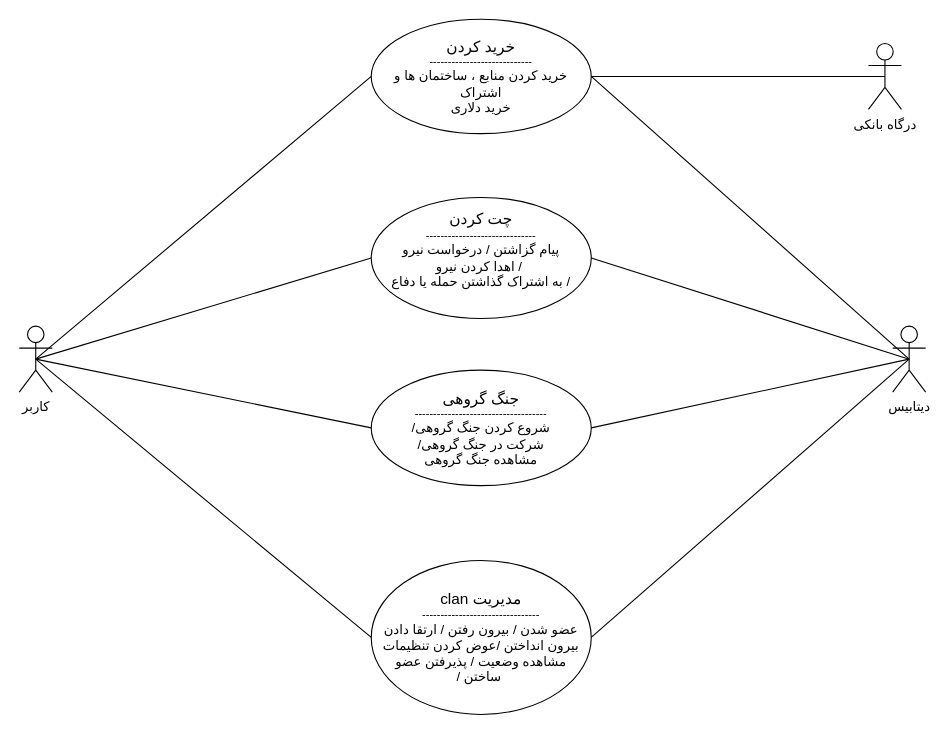
This is page "Page-3" (3 of 3) of Use case.drawio from nimamdd/clash-of-clans, a draw.io file, before an edit. Source tidied: cells renumbered, new cells numbered last; positions are measured from the earlier drawing's top-left corner, leaving out a move shared by most shapes. Both pictures are drawn from the tidied source at 110%, with x=0, y=0 at pixel (19, 19).
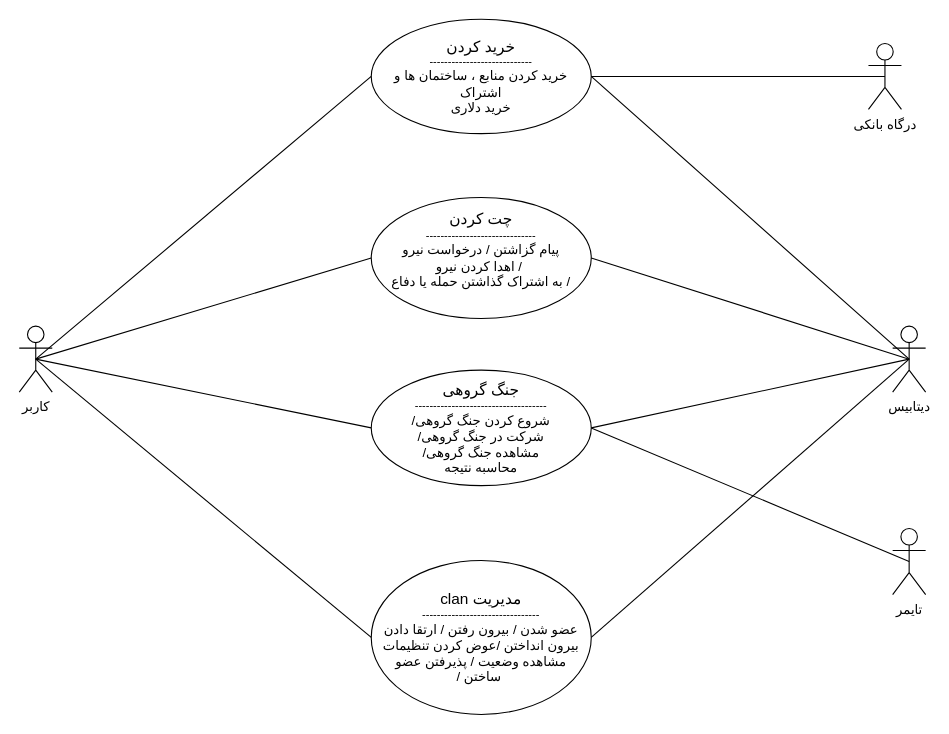
The same page after the edit.

The edit, as a diff of the source:
```diff
@@
 <mxGraphModel>
   <root>
     <mxCell id="0" />
     <mxCell id="1" parent="0" />
     <mxCell id="2" style="edgeStyle=none;curved=1;rounded=0;jettySize=auto;html=1;exitX=0.5;exitY=0.5;exitDx=0;exitDy=0;exitPerimeter=0;entryX=0;entryY=0.5;entryDx=0;entryDy=0;fontSize=12;startSize=8;endSize=8;endArrow=none;endFill=0;" parent="1" edge="1" source="3" target="16">
       <mxGeometry relative="1" as="geometry" />
     </mxCell>
     <mxCell id="3" value="کاربر" style="shape=umlActor;verticalLabelPosition=bottom;verticalAlign=top;html=1;" parent="1" vertex="1">
       <mxGeometry y="279" width="30" height="60" as="geometry" />
     </mxCell>
     <mxCell id="4" value="&lt;div&gt;&lt;span style=&quot;font-size: 14px;&quot;&gt;خرید کردن&lt;/span&gt;&lt;br&gt;&lt;/div&gt;&lt;div style=&quot;font-size: 10px;&quot;&gt;&lt;span style=&quot;&quot;&gt;----------------------------&lt;/span&gt;&lt;/div&gt;&lt;div&gt;&lt;font style=&quot;font-size: 12px;&quot;&gt;خرید کردن منابع ، ساختمان ها&lt;/font&gt;&amp;nbsp;و اشتراک&lt;/div&gt;&lt;div style=&quot;&quot;&gt;خرید دلاری&lt;/div&gt;" style="ellipse;whiteSpace=wrap;html=1;" parent="1" vertex="1">
       <mxGeometry x="320" width="200" height="104" as="geometry" />
     </mxCell>
     <mxCell id="5" style="edgeStyle=none;curved=1;rounded=0;jettySize=auto;html=1;exitX=0;exitY=0.5;exitDx=0;exitDy=0;fontSize=12;entryX=0.5;entryY=0.5;entryDx=0;entryDy=0;entryPerimeter=0;endArrow=none;endFill=0;" parent="1" edge="1" source="6" target="3">
       <mxGeometry relative="1" as="geometry" />
     </mxCell>
     <mxCell id="6" value="&lt;div&gt;&lt;span style=&quot;font-size: 14px;&quot;&gt;چت کردن&lt;/span&gt;&lt;br&gt;&lt;/div&gt;&lt;div style=&quot;font-size: 10px;&quot;&gt;&lt;span style=&quot;&quot;&gt;------------------------------&lt;/span&gt;&lt;/div&gt;&lt;div style=&quot;&quot;&gt;پیام گزاشتن / درخواست نیرو&lt;/div&gt;&lt;div style=&quot;&quot;&gt;اهدا کردن نیرو /&amp;nbsp;&lt;/div&gt;&lt;div style=&quot;&quot;&gt;به اشتراک گذاشتن حمله یا دفاع /&lt;/div&gt;&lt;div style=&quot;&quot;&gt;&lt;br&gt;&lt;/div&gt;" style="ellipse;whiteSpace=wrap;html=1;" parent="1" vertex="1">
       <mxGeometry x="320" y="162" width="200" height="110" as="geometry" />
     </mxCell>
     <mxCell id="7" value="دیتابیس" style="shape=umlActor;verticalLabelPosition=bottom;verticalAlign=top;html=1;" parent="1" vertex="1">
       <mxGeometry x="794" y="279" width="30" height="60" as="geometry" />
     </mxCell>
     <mxCell id="8" style="edgeStyle=none;curved=1;rounded=0;jettySize=auto;html=1;exitX=0;exitY=0.5;exitDx=0;exitDy=0;entryX=0.5;entryY=0.5;entryDx=0;entryDy=0;entryPerimeter=0;fontSize=12;startSize=8;endSize=8;endArrow=none;endFill=0;" parent="1" edge="1" source="4" target="3">
       <mxGeometry relative="1" as="geometry" />
     </mxCell>
     <mxCell id="9" value="&lt;font style=&quot;font-size: 14px;&quot;&gt;clan مدیریت&lt;/font&gt;&lt;div style=&quot;font-size: 10px;&quot;&gt;&lt;font style=&quot;font-size: 10px;&quot;&gt;--------------------------------&lt;/font&gt;&lt;/div&gt;&lt;div style=&quot;&quot;&gt;عضو شدن / بیرون رفتن / ارتقا دادن&lt;/div&gt;&lt;div style=&quot;&quot;&gt;بیرون انداختن /عوض کردن تنظیمات&lt;/div&gt;&lt;div style=&quot;&quot;&gt;مشاهده وضعيت / پذیرفتن عضو&lt;/div&gt;&lt;div style=&quot;&quot;&gt;/ ساختن&amp;nbsp;&lt;/div&gt;" style="ellipse;whiteSpace=wrap;html=1;" parent="1" vertex="1">
       <mxGeometry x="320" y="492" width="200" height="140" as="geometry" />
     </mxCell>
     <mxCell id="10" style="edgeStyle=none;curved=1;rounded=0;jettySize=auto;html=1;exitX=0;exitY=0.5;exitDx=0;exitDy=0;entryX=0.5;entryY=0.5;entryDx=0;entryDy=0;entryPerimeter=0;fontSize=12;startSize=8;endSize=8;endArrow=none;endFill=0;" parent="1" edge="1" source="9" target="3">
       <mxGeometry relative="1" as="geometry" />
     </mxCell>
     <mxCell id="11" style="edgeStyle=none;curved=1;rounded=0;jettySize=auto;html=1;exitX=1;exitY=0.5;exitDx=0;exitDy=0;entryX=0.5;entryY=0.5;entryDx=0;entryDy=0;entryPerimeter=0;fontSize=12;startSize=8;endSize=8;endArrow=none;endFill=0;" parent="1" edge="1" source="6" target="7">
       <mxGeometry relative="1" as="geometry" />
     </mxCell>
     <mxCell id="12" style="edgeStyle=none;curved=1;rounded=0;jettySize=auto;html=1;exitX=1;exitY=0.5;exitDx=0;exitDy=0;entryX=0.5;entryY=0.5;entryDx=0;entryDy=0;entryPerimeter=0;fontSize=12;startSize=8;endSize=8;endArrow=none;endFill=0;" parent="1" edge="1" source="4" target="7">
       <mxGeometry relative="1" as="geometry" />
     </mxCell>
     <mxCell id="13" style="edgeStyle=none;curved=1;rounded=0;jettySize=auto;html=1;exitX=1;exitY=0.5;exitDx=0;exitDy=0;entryX=0.5;entryY=0.5;entryDx=0;entryDy=0;entryPerimeter=0;fontSize=12;startSize=8;endSize=8;endArrow=none;endFill=0;" parent="1" edge="1" source="9" target="7">
       <mxGeometry relative="1" as="geometry" />
     </mxCell>
     <mxCell id="14" value="درگاه بانکی" style="shape=umlActor;verticalLabelPosition=bottom;verticalAlign=top;html=1;" parent="1" vertex="1">
       <mxGeometry x="772" y="22" width="30" height="60" as="geometry" />
     </mxCell>
     <mxCell id="15" style="edgeStyle=none;curved=1;rounded=0;jettySize=auto;html=1;exitX=1;exitY=0.5;exitDx=0;exitDy=0;entryX=0.5;entryY=0.5;entryDx=0;entryDy=0;entryPerimeter=0;fontSize=12;startSize=8;endSize=8;endArrow=none;endFill=0;" parent="1" edge="1" source="4" target="14">
       <mxGeometry relative="1" as="geometry" />
     </mxCell>
-    <mxCell id="16" value="&lt;font style=&quot;font-size: 14px;&quot;&gt;جنگ گروهی&lt;/font&gt;&lt;div style=&quot;font-size: 10px;&quot;&gt;------------------------------------&lt;/div&gt;&lt;div&gt;&lt;font style=&quot;font-size: 12px;&quot;&gt;/شروع کردن جنگ گروهی&lt;/font&gt;&lt;/div&gt;&lt;div&gt;&lt;font style=&quot;font-size: 12px;&quot;&gt;/شرکت در جنگ گروهی&lt;/font&gt;&lt;/div&gt;&lt;div&gt;&lt;font style=&quot;font-size: 12px;&quot;&gt;مشاهده جنگ گروهی&lt;/font&gt;&lt;/div&gt;" style="ellipse;whiteSpace=wrap;html=1;" parent="1" vertex="1">
+    <mxCell id="16" value="&lt;font style=&quot;font-size: 14px;&quot;&gt;جنگ گروهی&lt;/font&gt;&lt;div style=&quot;font-size: 10px;&quot;&gt;------------------------------------&lt;/div&gt;&lt;div&gt;&lt;font style=&quot;font-size: 12px;&quot;&gt;/شروع کردن جنگ گروهی&lt;/font&gt;&lt;/div&gt;&lt;div&gt;&lt;font style=&quot;font-size: 12px;&quot;&gt;/شرکت در جنگ گروهی&lt;/font&gt;&lt;/div&gt;&lt;div&gt;&lt;font style=&quot;font-size: 12px;&quot;&gt;/مشاهده جنگ گروهی&lt;/font&gt;&lt;/div&gt;&lt;div&gt;&lt;font style=&quot;font-size: 12px;&quot;&gt;محاسبه نتیجه&lt;/font&gt;&lt;/div&gt;" style="ellipse;whiteSpace=wrap;html=1;" parent="1" vertex="1">
       <mxGeometry x="320" y="319" width="200" height="105" as="geometry" />
     </mxCell>
     <mxCell id="17" style="edgeStyle=none;curved=1;rounded=0;jettySize=auto;html=1;exitX=1;exitY=0.5;exitDx=0;exitDy=0;entryX=0.5;entryY=0.5;entryDx=0;entryDy=0;entryPerimeter=0;fontSize=12;startSize=8;endSize=8;endArrow=none;endFill=0;" parent="1" edge="1" source="16" target="7">
       <mxGeometry relative="1" as="geometry" />
     </mxCell>
+    <mxCell id="18" value="تایمر&lt;div&gt;&lt;br&gt;&lt;/div&gt;" style="shape=umlActor;verticalLabelPosition=bottom;verticalAlign=top;html=1;" parent="1" vertex="1">
+      <mxGeometry x="794" y="463" width="30" height="60" as="geometry" />
+    </mxCell>
+    <mxCell id="19" style="edgeStyle=none;curved=1;rounded=0;jettySize=auto;html=1;exitX=1;exitY=0.5;exitDx=0;exitDy=0;entryX=0.5;entryY=0.5;entryDx=0;entryDy=0;entryPerimeter=0;fontSize=12;startSize=8;endSize=8;endArrow=none;endFill=0;" parent="1" edge="1" source="16" target="18">
+      <mxGeometry relative="1" as="geometry" />
+    </mxCell>
   </root>
 </mxGraphModel>
```
